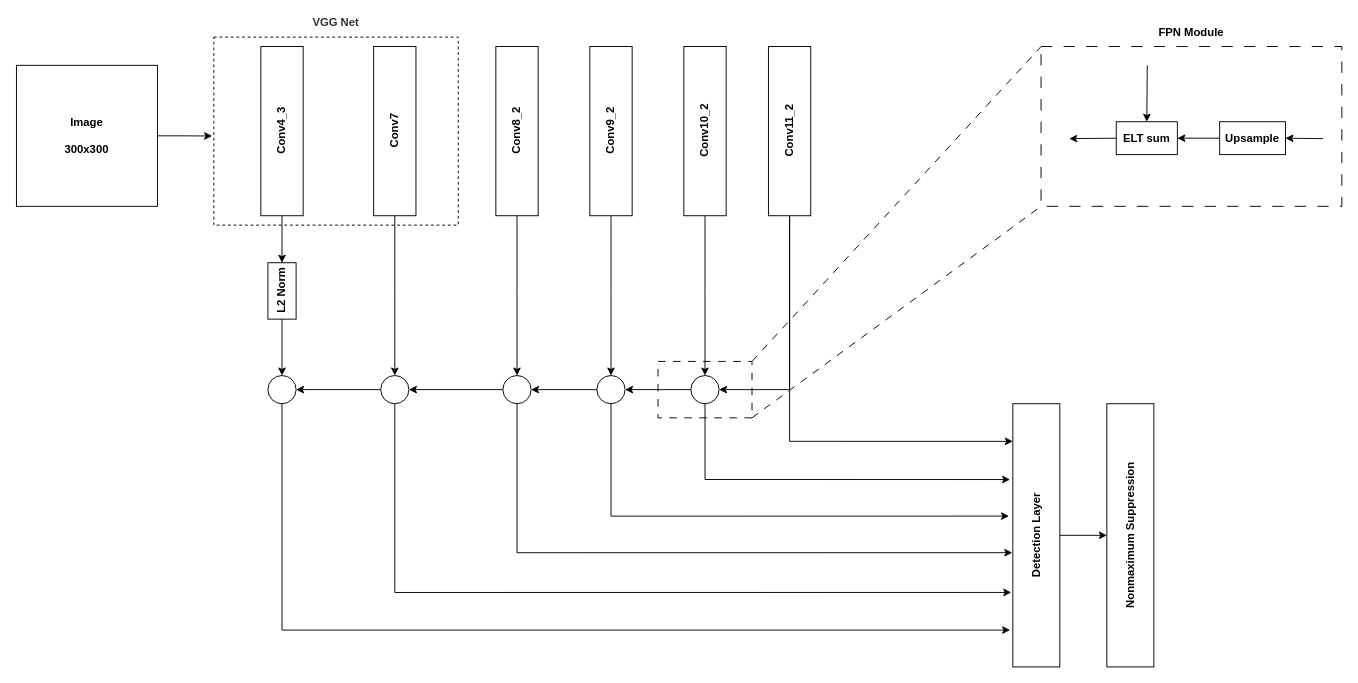
This is fig/FPNSSD300_a.drawio from AakiraOtok/project_WPD, a draw.io file, before an edit. Source tidied: cells renumbered, new cells numbered last; positions are measured from the earlier drawing's top-left corner, leaving out a move shared by most shapes. Both pictures are drawn from the tidied source at 94%, with x=0, y=0 at pixel (16, 37).
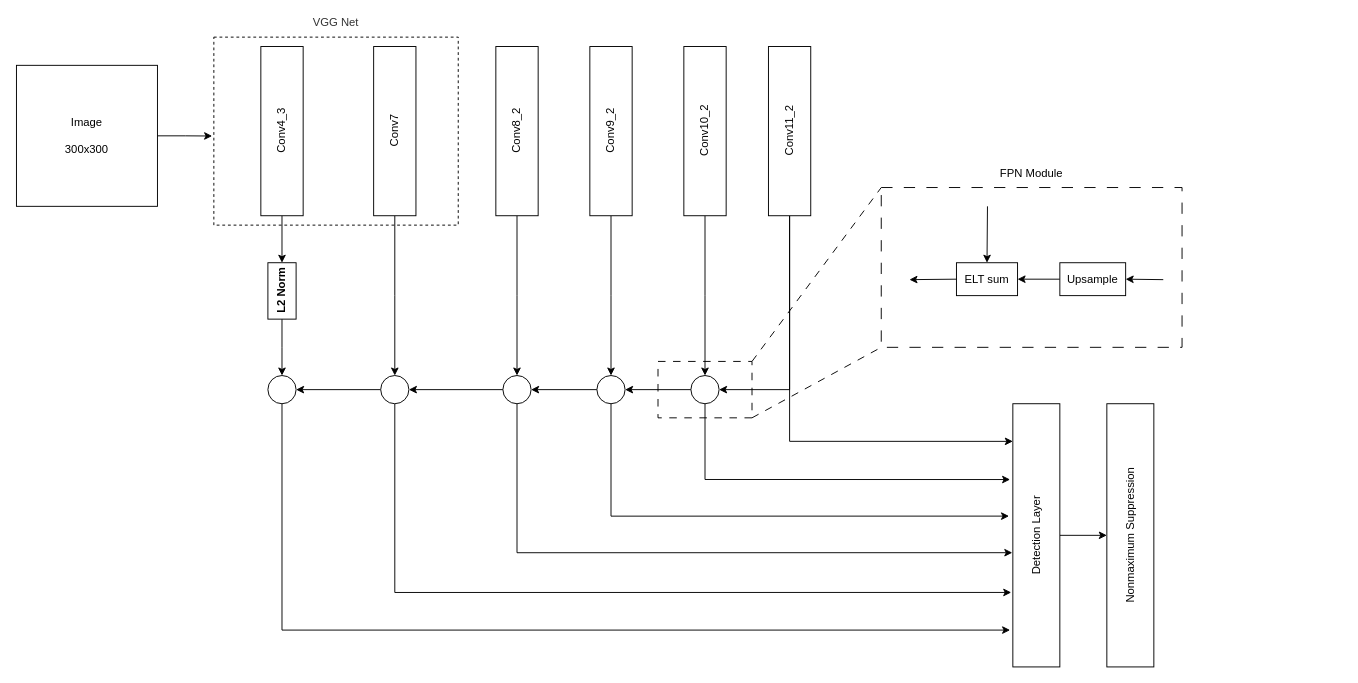
After the change.

Change to the diagram source:
```diff
@@
-    <mxCell id="2" value="FPN Module" style="rounded=0;whiteSpace=wrap;html=1;strokeColor=default;fillColor=none;dashed=1;dashPattern=12 12;fontStyle=1;verticalAlign=middle;horizontal=1;spacingBottom=200;labelBorderColor=none;fontSize=12;" parent="1" vertex="1">
-      <mxGeometry x="1090" y="10" width="320" height="170" as="geometry" />
+    <mxCell id="2" value="FPN Module" style="rounded=0;whiteSpace=wrap;html=1;strokeColor=default;fillColor=none;dashed=1;dashPattern=12 12;fontStyle=0;verticalAlign=middle;horizontal=1;spacingBottom=200;labelBorderColor=none;fontSize=12;" parent="1" vertex="1">
+      <mxGeometry x="920" y="160" width="320" height="170" as="geometry" />
     </mxCell>
@@
-    <mxCell id="5" value="VGG Net" style="rounded=0;whiteSpace=wrap;html=1;fillColor=none;fontColor=#333333;strokeColor=default;glass=0;shadow=0;dashed=1;align=center;spacingTop=-230;fontStyle=1;" parent="1" vertex="1">
+    <mxCell id="5" value="VGG Net" style="rounded=0;whiteSpace=wrap;html=1;fillColor=none;fontColor=#333333;strokeColor=default;glass=0;shadow=0;dashed=1;align=center;spacingTop=-230;fontStyle=0;" parent="1" vertex="1">
       <mxGeometry x="210" width="260" height="200" as="geometry" />
     </mxCell>
@@
-    <mxCell id="7" value="Conv4_3" style="rounded=0;whiteSpace=wrap;html=1;align=center;fontStyle=1;horizontal=0;" parent="1" vertex="1">
+    <mxCell id="7" value="&lt;span style=&quot;font-weight: normal;&quot;&gt;Conv4_3&lt;/span&gt;" style="rounded=0;whiteSpace=wrap;html=1;align=center;fontStyle=1;horizontal=0;" parent="1" vertex="1">
       <mxGeometry x="260" y="10" width="45" height="180" as="geometry" />
     </mxCell>
@@
-    <mxCell id="9" value="Conv7" style="rounded=0;whiteSpace=wrap;html=1;align=center;fontStyle=1;horizontal=0;" parent="1" vertex="1">
+    <mxCell id="9" value="Conv7" style="rounded=0;whiteSpace=wrap;html=1;align=center;fontStyle=0;horizontal=0;" parent="1" vertex="1">
       <mxGeometry x="380" y="10" width="45" height="180" as="geometry" />
     </mxCell>
@@
-    <mxCell id="11" value="Conv8_2&lt;br&gt;" style="rounded=0;whiteSpace=wrap;html=1;align=center;fontStyle=1;horizontal=0;" parent="1" vertex="1">
+    <mxCell id="11" value="Conv8_2&lt;br&gt;" style="rounded=0;whiteSpace=wrap;html=1;align=center;fontStyle=0;horizontal=0;" parent="1" vertex="1">
       <mxGeometry x="510" y="10" width="45" height="180" as="geometry" />
     </mxCell>
@@
-    <mxCell id="13" value="Conv9_2" style="rounded=0;whiteSpace=wrap;html=1;align=center;fontStyle=1;horizontal=0;" parent="1" vertex="1">
+    <mxCell id="13" value="Conv9_2" style="rounded=0;whiteSpace=wrap;html=1;align=center;fontStyle=0;horizontal=0;" parent="1" vertex="1">
       <mxGeometry x="610" y="10" width="45" height="180" as="geometry" />
     </mxCell>
@@
-    <mxCell id="15" value="Conv10_2&lt;br&gt;" style="rounded=0;whiteSpace=wrap;html=1;align=center;fontStyle=1;horizontal=0;" parent="1" vertex="1">
+    <mxCell id="15" value="Conv10_2&lt;br&gt;" style="rounded=0;whiteSpace=wrap;html=1;align=center;fontStyle=0;horizontal=0;" parent="1" vertex="1">
       <mxGeometry x="710" y="10" width="45" height="180" as="geometry" />
     </mxCell>
@@
-    <mxCell id="18" value="Conv11_2&lt;br&gt;" style="rounded=0;whiteSpace=wrap;html=1;align=center;fontStyle=1;horizontal=0;" parent="1" vertex="1">
+    <mxCell id="18" value="Conv11_2&lt;br&gt;" style="rounded=0;whiteSpace=wrap;html=1;align=center;fontStyle=0;horizontal=0;" parent="1" vertex="1">
       <mxGeometry x="800" y="10" width="45" height="180" as="geometry" />
     </mxCell>
@@
-    <mxCell id="20" value="&lt;b&gt;Image&lt;br&gt;&lt;br&gt;300x300&lt;/b&gt;" style="whiteSpace=wrap;html=1;fontStyle=0;" parent="1" vertex="1">
+    <mxCell id="20" value="Image&lt;br&gt;&lt;br&gt;300x300" style="whiteSpace=wrap;html=1;fontStyle=0;" parent="1" vertex="1">
       <mxGeometry y="30" width="150" height="150" as="geometry" />
     </mxCell>
@@
-    <mxCell id="22" value="Detection Layer" style="rounded=0;whiteSpace=wrap;html=1;fontStyle=1;verticalAlign=middle;labelBorderColor=none;horizontal=0;" parent="1" vertex="1">
+    <mxCell id="22" value="Detection Layer" style="rounded=0;whiteSpace=wrap;html=1;fontStyle=0;verticalAlign=middle;labelBorderColor=none;horizontal=0;" parent="1" vertex="1">
       <mxGeometry x="1060" y="390" width="50" height="280" as="geometry" />
     </mxCell>
-    <mxCell id="23" value="Nonmaximum Suppression" style="rounded=0;whiteSpace=wrap;html=1;fontStyle=1;verticalAlign=middle;labelBorderColor=none;horizontal=0;" parent="1" vertex="1">
+    <mxCell id="23" value="Nonmaximum Suppression" style="rounded=0;whiteSpace=wrap;html=1;fontStyle=0;verticalAlign=middle;labelBorderColor=none;horizontal=0;" parent="1" vertex="1">
       <mxGeometry x="1160" y="390" width="50" height="280" as="geometry" />
     </mxCell>
@@
-    <mxCell id="30" value="ELT sum" style="rounded=0;whiteSpace=wrap;html=1;fontStyle=1;" parent="1" vertex="1">
-      <mxGeometry x="1170" y="90" width="65" height="35" as="geometry" />
+    <mxCell id="30" value="ELT sum" style="rounded=0;whiteSpace=wrap;html=1;fontStyle=0;" parent="1" vertex="1">
+      <mxGeometry x="1000" y="240" width="65" height="35" as="geometry" />
     </mxCell>
@@
-    <mxCell id="32" value="Upsample" style="rounded=0;whiteSpace=wrap;html=1;fontStyle=1;" parent="1" vertex="1">
-      <mxGeometry x="1280" y="90" width="70" height="35" as="geometry" />
+    <mxCell id="32" value="Upsample" style="rounded=0;whiteSpace=wrap;html=1;fontStyle=0;" parent="1" vertex="1">
+      <mxGeometry x="1110" y="240" width="70" height="35" as="geometry" />
     </mxCell>
@@
     <mxCell id="44" style="endArrow=classic;html=1;rounded=0;entryX=0.5;entryY=0;entryDx=0;entryDy=0;" parent="1" edge="1" target="30">
       <mxGeometry relative="1" as="geometry">
-        <mxPoint x="1203" y="30" as="sourcePoint" />
+        <mxPoint x="1033" y="180" as="sourcePoint" />
       </mxGeometry>
     </mxCell>
     <mxCell id="45" style="endArrow=classic;html=1;rounded=0;exitX=0;exitY=0.5;exitDx=0;exitDy=0;" parent="1" edge="1" source="30">
       <mxGeometry relative="1" as="geometry">
-        <mxPoint x="1120" y="108" as="targetPoint" />
+        <mxPoint x="950" y="258" as="targetPoint" />
       </mxGeometry>
     </mxCell>
     <mxCell id="46" style="endArrow=classic;html=1;rounded=0;entryX=1;entryY=0.5;entryDx=0;entryDy=0;" parent="1" edge="1" target="32">
       <mxGeometry relative="1" as="geometry">
-        <mxPoint x="1390" y="108" as="sourcePoint" />
+        <mxPoint x="1220" y="258" as="sourcePoint" />
       </mxGeometry>
     </mxCell>
```
